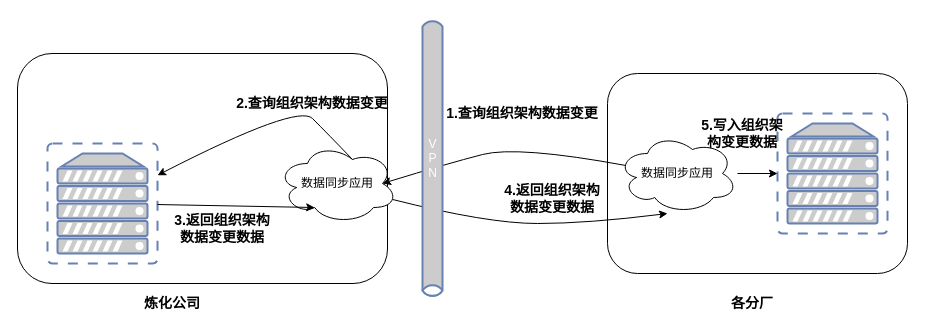
Above: supfusion/延长石油/总分厂数据同步.drawio in publisherfk/diagrams (draw.io), before the change. Source tidied: cells renumbered, new cells numbered last; positions are measured from the earlier drawing's top-left corner, leaving out a move shared by most shapes. Both pictures are drawn from the tidied source at 100%, with x=0, y=0 at pixel (17, 18).
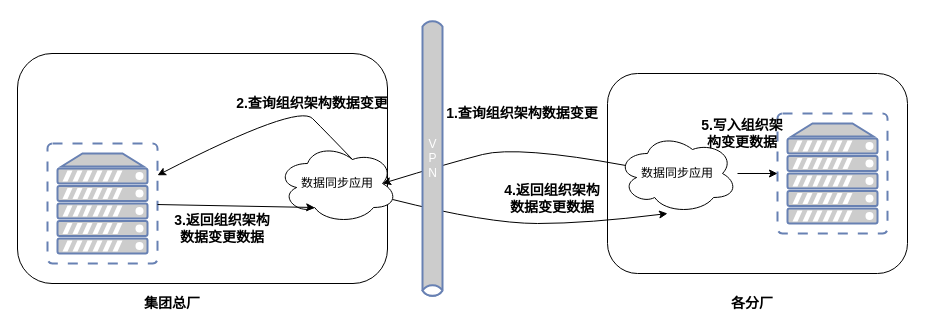
Above is the later version.

Diff of the diagram source:
```diff
@@
-    <mxCell id="13" value="&lt;b&gt;&lt;font style=&quot;font-size: 14px&quot;&gt;炼化公司&lt;/font&gt;&lt;/b&gt;" style="text;html=1;strokeColor=none;fillColor=none;align=center;verticalAlign=middle;whiteSpace=wrap;rounded=0;" parent="1" vertex="1">
+    <mxCell id="13" value="&lt;span style=&quot;font-size: 14px&quot;&gt;&lt;b&gt;集团总厂&lt;/b&gt;&lt;/span&gt;" style="text;html=1;strokeColor=none;fillColor=none;align=center;verticalAlign=middle;whiteSpace=wrap;rounded=0;" parent="1" vertex="1">
       <mxGeometry x="120" y="275" width="70" height="20" as="geometry" />
     </mxCell>
```
